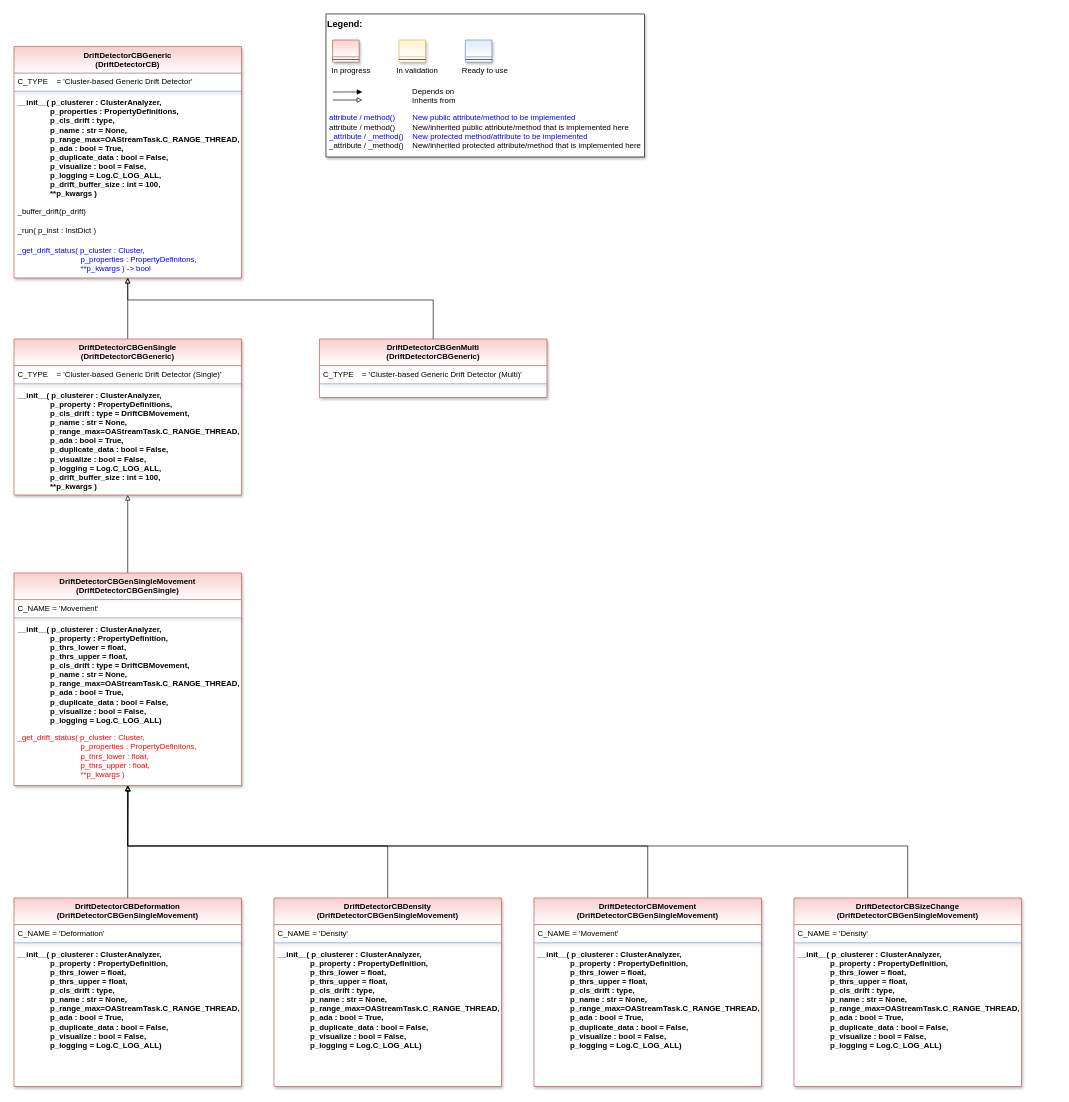
The draw.io diagram doc/rtd/content/99_appendices/appendix2/sub/mlpro_oa/streams/30_change_detection/20_drift_detection/20_cluster_based/generic/images/MLPro-OA-CB-Gen-Drift-Detectors_class_diagram.drawio in fhswf/MLPro, before the edit. Source tidied: cells renumbered, new cells numbered last; positions are measured from the earlier drawing's top-left corner, leaving out a move shared by most shapes. Both pictures are drawn from the tidied source at 65%, with x=0, y=0 at pixel (14, 14).
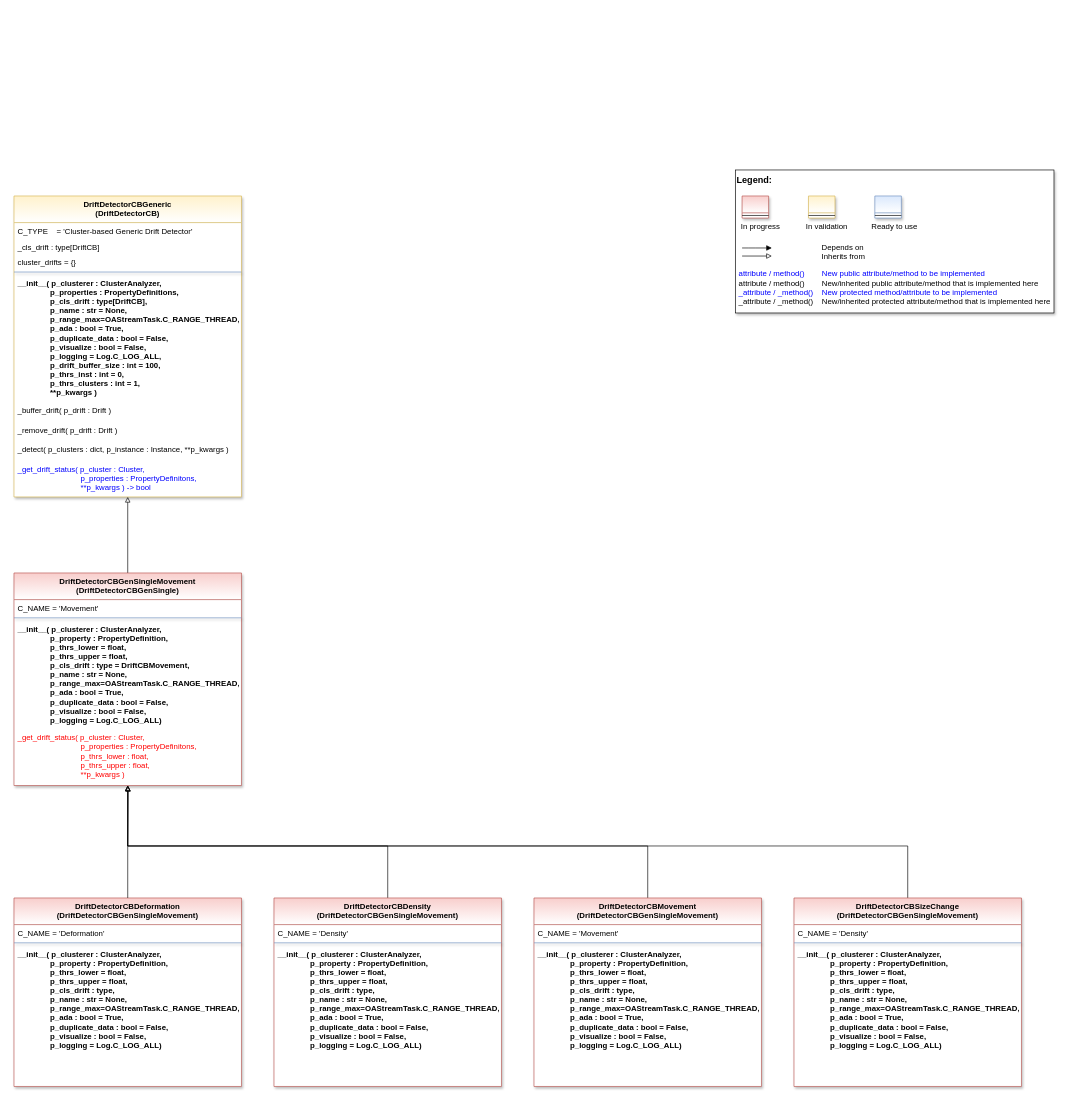
Above is the later version.

Commit message (it also covers changes not shown here):
OA: Introduction of cluster-based Change Detection #1202

Unchanged cells that the change refers to:
```xml
<mxCell id="32" value="DriftDetectorCBGenSingleMovement&#10;(DriftDetectorCBGenSingle)" style="swimlane;align=center;verticalAlign=top;horizontal=1;startSize=41;rounded=0;shadow=1;strokeWidth=1;fillColor=#f8cecc;strokeColor=#b85450;swimlaneFillColor=#ffffff;gradientColor=#FFFFFF;" parent="1" vertex="1">
  <mxGeometry y="860" width="350" height="327" as="geometry" />
</mxCell>
```

Change to the diagram source:
```diff
@@
     <mxCell id="2" style="group;" parent="1" vertex="1">
-      <mxGeometry x="480" width="490" height="220" as="geometry" />
+      <mxGeometry x="1110" y="240" width="490" height="220" as="geometry" />
     </mxCell>
@@
-    <mxCell id="12" value="DriftDetectorCBGeneric&#10;(DriftDetectorCB)" style="swimlane;align=center;verticalAlign=top;horizontal=1;startSize=41;rounded=0;shadow=1;strokeWidth=1;fillColor=#f8cecc;strokeColor=#b85450;swimlaneFillColor=#ffffff;gradientColor=#FFFFFF;" parent="1" vertex="1">
-      <mxGeometry y="50" width="350" height="356" as="geometry" />
+    <mxCell id="12" value="DriftDetectorCBGeneric&#10;(DriftDetectorCB)" style="swimlane;align=center;verticalAlign=top;horizontal=1;startSize=41;rounded=0;shadow=1;strokeWidth=1;fillColor=#fff2cc;strokeColor=#d6b656;swimlaneFillColor=#ffffff;gradientColor=#FFFFFF;" parent="1" vertex="1">
+      <mxGeometry y="280" width="350" height="463" as="geometry" />
     </mxCell>
@@
+    <mxCell id="54" value="_cls_drift : type[DriftCB]" style="text;align=left;verticalAlign=top;spacingLeft=4;spacingRight=4;overflow=hidden;" parent="12" vertex="1">
+      <mxGeometry y="65" width="350" height="24" as="geometry" />
+    </mxCell>
+    <mxCell id="55" value="cluster_drifts = {}" style="text;align=left;verticalAlign=top;spacingLeft=4;spacingRight=4;overflow=hidden;" parent="12" vertex="1">
+      <mxGeometry y="89" width="350" height="24" as="geometry" />
+    </mxCell>
     <mxCell id="14" style="line;html=1;strokeWidth=1;align=center;verticalAlign=top;spacingTop=-1;spacingLeft=3;spacingRight=3;labelPosition=right;rounded=0;shadow=1;strokeColor=#6c8ebf;swimlaneFillColor=#ffffff;fontFamily=Helvetica;fontSize=12;fontColor=default;fontStyle=3;fillColor=#dae8fc;gradientColor=#ffffff;" parent="12" vertex="1">
-      <mxGeometry y="65" width="350" height="8" as="geometry" />
+      <mxGeometry y="113" width="350" height="8" as="geometry" />
     </mxCell>
-    <mxCell id="15" value="__init__( p_clusterer : ClusterAnalyzer,&#10;               p_properties : PropertyDefinitions,&#10;               p_cls_drift : type,&#10;               p_name : str = None,&#10;               p_range_max=OAStreamTask.C_RANGE_THREAD,&#10;               p_ada : bool = True,&#10;               p_duplicate_data : bool = False,&#10;               p_visualize : bool = False,&#10;               p_logging = Log.C_LOG_ALL,&#10;               p_drift_buffer_size : int = 100,&#10;               **p_kwargs )" style="text;align=left;verticalAlign=top;spacingLeft=4;spacingRight=4;overflow=hidden;fontStyle=1;" parent="12" vertex="1">
-      <mxGeometry y="73" width="350" height="167" as="geometry" />
+    <mxCell id="15" value="__init__( p_clusterer : ClusterAnalyzer,&#10;               p_properties : PropertyDefinitions,&#10;               p_cls_drift : type[DriftCB],&#10;               p_name : str = None,&#10;               p_range_max=OAStreamTask.C_RANGE_THREAD,&#10;               p_ada : bool = True,&#10;               p_duplicate_data : bool = False,&#10;               p_visualize : bool = False,&#10;               p_logging = Log.C_LOG_ALL,&#10;               p_drift_buffer_size : int = 100,&#10;               p_thrs_inst : int = 0,&#10;               p_thrs_clusters : int = 1,&#10;               **p_kwargs )" style="text;align=left;verticalAlign=top;spacingLeft=4;spacingRight=4;overflow=hidden;fontStyle=1;" parent="12" vertex="1">
+      <mxGeometry y="121" width="350" height="196" as="geometry" />
     </mxCell>
-    <mxCell id="16" value="_buffer_drift(p_drift)" style="text;align=left;verticalAlign=top;spacingLeft=4;spacingRight=4;overflow=hidden;shadow=1;" parent="12" vertex="1">
-      <mxGeometry y="240" width="350" height="30" as="geometry" />
+    <mxCell id="16" value="_buffer_drift( p_drift : Drift )" style="text;align=left;verticalAlign=top;spacingLeft=4;spacingRight=4;overflow=hidden;shadow=1;" parent="12" vertex="1">
+      <mxGeometry y="317" width="350" height="30" as="geometry" />
     </mxCell>
+    <mxCell id="56" value="_remove_drift( p_drift : Drift )" style="text;align=left;verticalAlign=top;spacingLeft=4;spacingRight=4;overflow=hidden;shadow=1;" parent="12" vertex="1">
+      <mxGeometry y="347" width="350" height="30" as="geometry" />
+    </mxCell>
-    <mxCell id="17" value="_run( p_inst : InstDict )" style="text;align=left;verticalAlign=top;spacingLeft=4;spacingRight=4;overflow=hidden;shadow=1;" parent="12" vertex="1">
-      <mxGeometry y="270" width="350" height="30" as="geometry" />
+    <mxCell id="17" value="_detect( p_clusters : dict, p_instance : Instance, **p_kwargs )" style="text;align=left;verticalAlign=top;spacingLeft=4;spacingRight=4;overflow=hidden;shadow=1;" parent="12" vertex="1">
+      <mxGeometry y="377" width="350" height="30" as="geometry" />
     </mxCell>
     <mxCell id="18" value="_get_drift_status( p_cluster : Cluster,&#10;                             p_properties : PropertyDefinitons,&#10;                             **p_kwargs ) -&gt; bool" style="text;align=left;verticalAlign=top;spacingLeft=4;spacingRight=4;overflow=hidden;shadow=1;fontColor=#0000FF;" parent="12" vertex="1">
-      <mxGeometry y="300" width="350" height="56" as="geometry" />
+      <mxGeometry y="407" width="350" height="53" as="geometry" />
     </mxCell>
-    <mxCell id="19" style="edgeStyle=orthogonalEdgeStyle;rounded=0;jettySize=auto;html=1;endArrow=block;endFill=0;" parent="1" edge="1" source="20" target="12">
-      <mxGeometry relative="1" as="geometry" />
-    </mxCell>
-    <mxCell id="20" value="DriftDetectorCBGenSingle&#10;(DriftDetectorCBGeneric)" style="swimlane;align=center;verticalAlign=top;horizontal=1;startSize=41;rounded=0;shadow=1;strokeWidth=1;fillColor=#f8cecc;strokeColor=#b85450;swimlaneFillColor=#ffffff;gradientColor=#FFFFFF;" parent="1" vertex="1">
-      <mxGeometry y="500" width="350" height="240" as="geometry" />
-    </mxCell>
-    <mxCell id="21" value="C_TYPE    = 'Cluster-based Generic Drift Detector (Single)'" style="text;align=left;verticalAlign=top;spacingLeft=4;spacingRight=4;overflow=hidden;" parent="20" vertex="1">
-      <mxGeometry y="41" width="350" height="24" as="geometry" />
-    </mxCell>
-    <mxCell id="22" style="line;html=1;strokeWidth=1;align=center;verticalAlign=top;spacingTop=-1;spacingLeft=3;spacingRight=3;labelPosition=right;rounded=0;shadow=1;strokeColor=#6c8ebf;swimlaneFillColor=#ffffff;fontFamily=Helvetica;fontSize=12;fontColor=default;fontStyle=3;fillColor=#dae8fc;gradientColor=#ffffff;" parent="20" vertex="1">
-      <mxGeometry y="65" width="350" height="8" as="geometry" />
-    </mxCell>
-    <mxCell id="23" value="__init__( p_clusterer : ClusterAnalyzer,&#10;               p_property : PropertyDefinitions,&#10;               p_cls_drift : type = DriftCBMovement,&#10;               p_name : str = None,&#10;               p_range_max=OAStreamTask.C_RANGE_THREAD,&#10;               p_ada : bool = True,&#10;               p_duplicate_data : bool = False,&#10;               p_visualize : bool = False,&#10;               p_logging = Log.C_LOG_ALL,&#10;               p_drift_buffer_size : int = 100,&#10;               **p_kwargs )" style="text;align=left;verticalAlign=top;spacingLeft=4;spacingRight=4;overflow=hidden;fontStyle=1;" parent="20" vertex="1">
-      <mxGeometry y="73" width="350" height="167" as="geometry" />
-    </mxCell>
-    <mxCell id="24" style="edgeStyle=orthogonalEdgeStyle;rounded=0;jettySize=auto;html=1;endArrow=block;endFill=0;" parent="1" edge="1" source="25" target="12">
-      <mxGeometry relative="1" as="geometry">
-        <Array as="points">
-          <mxPoint x="645" y="440" />
-          <mxPoint x="175" y="440" />
-        </Array>
-      </mxGeometry>
-    </mxCell>
-    <mxCell id="25" value="DriftDetectorCBGenMulti&#10;(DriftDetectorCBGeneric)" style="swimlane;align=center;verticalAlign=top;horizontal=1;startSize=41;rounded=0;shadow=1;strokeWidth=1;fillColor=#f8cecc;strokeColor=#b85450;swimlaneFillColor=#ffffff;gradientColor=#FFFFFF;" parent="1" vertex="1">
-      <mxGeometry x="470" y="500" width="350" height="90" as="geometry" />
-    </mxCell>
-    <mxCell id="26" value="C_TYPE    = 'Cluster-based Generic Drift Detector (Multi)'" style="text;align=left;verticalAlign=top;spacingLeft=4;spacingRight=4;overflow=hidden;" parent="25" vertex="1">
-      <mxGeometry y="41" width="350" height="24" as="geometry" />
-    </mxCell>
-    <mxCell id="27" style="line;html=1;strokeWidth=1;align=center;verticalAlign=top;spacingTop=-1;spacingLeft=3;spacingRight=3;labelPosition=right;rounded=0;shadow=1;strokeColor=#6c8ebf;swimlaneFillColor=#ffffff;fontFamily=Helvetica;fontSize=12;fontColor=default;fontStyle=3;fillColor=#dae8fc;gradientColor=#ffffff;" parent="25" vertex="1">
-      <mxGeometry y="65" width="350" height="8" as="geometry" />
-    </mxCell>
-    <mxCell id="28" style="edgeStyle=orthogonalEdgeStyle;rounded=0;jettySize=auto;html=1;endArrow=block;endFill=0;" parent="1" edge="1" source="32" target="20">
+    <mxCell id="28" style="edgeStyle=orthogonalEdgeStyle;rounded=0;jettySize=auto;html=1;endArrow=block;endFill=0;" parent="1" edge="1" source="32" target="12">
       <mxGeometry relative="1" as="geometry" />
     </mxCell>
```
